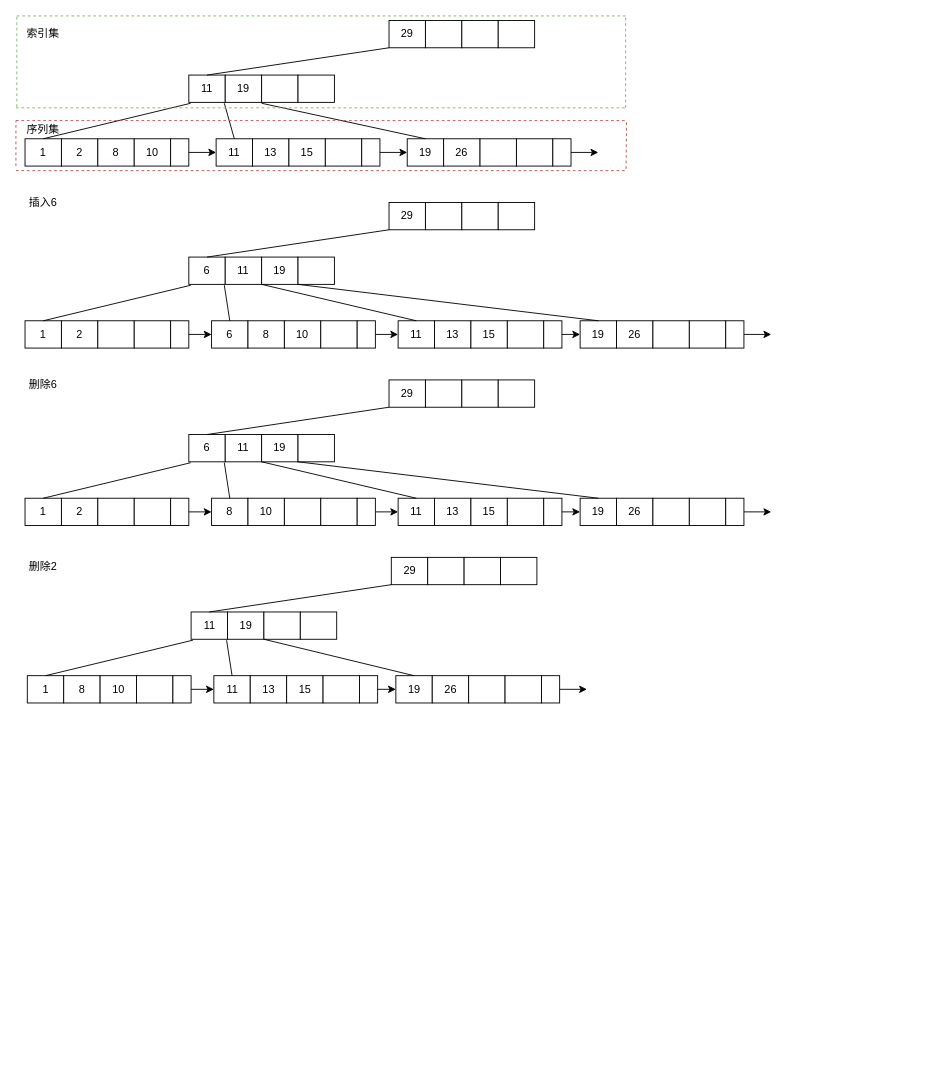
Earlier version of the draw.io diagram 2020.drawio (swduan/88888888). Source tidied: cells renumbered, new cells numbered last; positions are measured from the earlier drawing's top-left corner, leaving out a move shared by most shapes. Both pictures are drawn from the tidied source at 91%, with x=0, y=0 at pixel (15, 15).
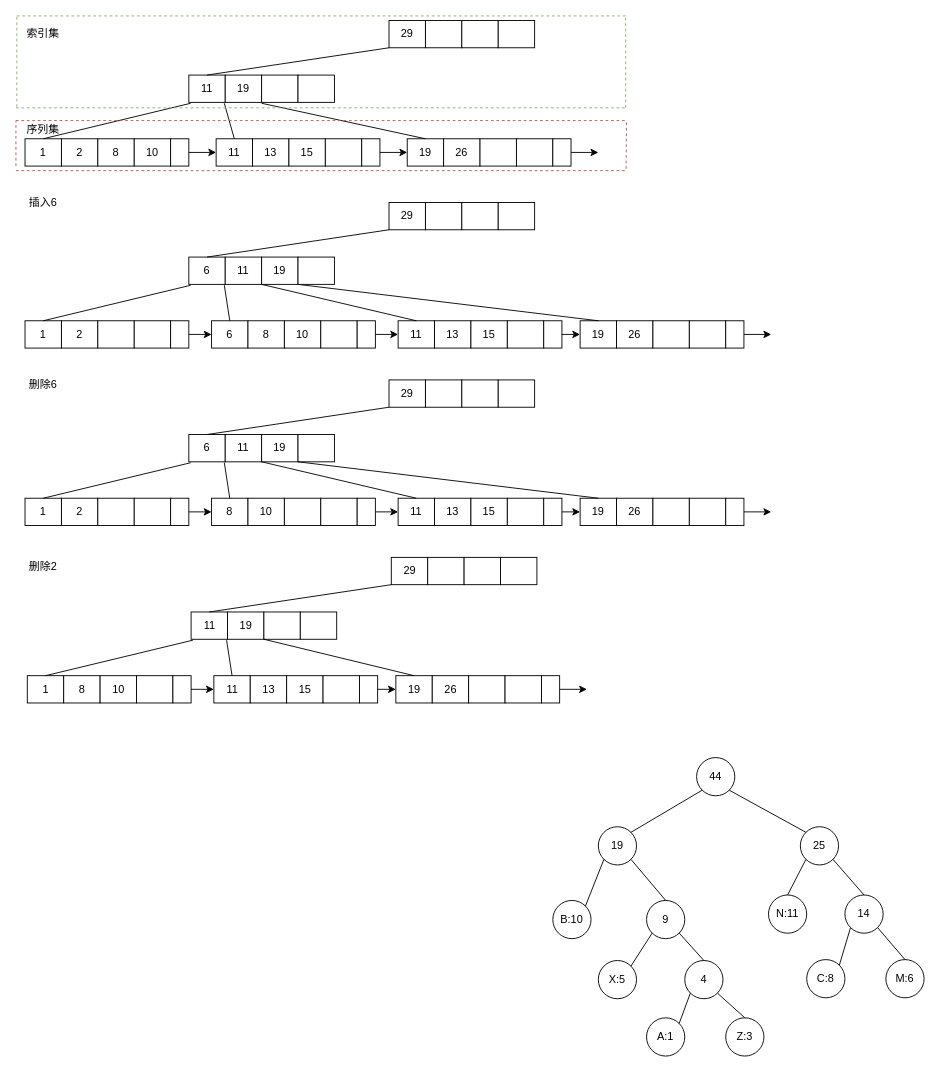
Above is the later version.

Change to the diagram source:
```diff
@@
+    <mxCell id="149" value="A:1" style="ellipse;whiteSpace=wrap;html=1;" parent="1" vertex="1">
+      <mxGeometry x="693" y="1101" width="42" height="42" as="geometry" />
+    </mxCell>
+    <mxCell id="150" value="C:8" style="ellipse;whiteSpace=wrap;html=1;" parent="1" vertex="1">
+      <mxGeometry x="869" y="1037" width="42" height="42" as="geometry" />
+    </mxCell>
+    <mxCell id="151" value="X:5" style="ellipse;whiteSpace=wrap;html=1;" parent="1" vertex="1">
+      <mxGeometry x="640" y="1038" width="42" height="42" as="geometry" />
+    </mxCell>
+    <mxCell id="152" value="M:6" style="ellipse;whiteSpace=wrap;html=1;" parent="1" vertex="1">
+      <mxGeometry x="956" y="1037" width="42" height="42" as="geometry" />
+    </mxCell>
+    <mxCell id="153" value="N:11" style="ellipse;whiteSpace=wrap;html=1;" parent="1" vertex="1">
+      <mxGeometry x="827" y="966" width="42" height="42" as="geometry" />
+    </mxCell>
+    <mxCell id="154" value="Z:3" style="ellipse;whiteSpace=wrap;html=1;" parent="1" vertex="1">
+      <mxGeometry x="780" y="1101" width="42" height="42" as="geometry" />
+    </mxCell>
+    <mxCell id="155" value="B:10" style="ellipse;whiteSpace=wrap;html=1;" parent="1" vertex="1">
+      <mxGeometry x="590" y="972" width="42" height="42" as="geometry" />
+    </mxCell>
+    <mxCell id="156" value="4" style="ellipse;whiteSpace=wrap;html=1;" parent="1" vertex="1">
+      <mxGeometry x="735" y="1038" width="42" height="42" as="geometry" />
+    </mxCell>
+    <mxCell id="157" value="9" style="ellipse;whiteSpace=wrap;html=1;" parent="1" vertex="1">
+      <mxGeometry x="693" y="972" width="42" height="42" as="geometry" />
+    </mxCell>
+    <mxCell id="158" value="14" style="ellipse;whiteSpace=wrap;html=1;" parent="1" vertex="1">
+      <mxGeometry x="911" y="966" width="42" height="42" as="geometry" />
+    </mxCell>
+    <mxCell id="159" value="19" style="ellipse;whiteSpace=wrap;html=1;" parent="1" vertex="1">
+      <mxGeometry x="640" y="891" width="42" height="42" as="geometry" />
+    </mxCell>
+    <mxCell id="160" value="25" style="ellipse;whiteSpace=wrap;html=1;" parent="1" vertex="1">
+      <mxGeometry x="862" y="891" width="42" height="42" as="geometry" />
+    </mxCell>
+    <mxCell id="161" value="44" style="ellipse;whiteSpace=wrap;html=1;" parent="1" vertex="1">
+      <mxGeometry x="748" y="815" width="42" height="42" as="geometry" />
+    </mxCell>
+    <mxCell id="162" style="endArrow=none;html=1;entryX=0;entryY=1;entryDx=0;entryDy=0;exitX=1;exitY=0;exitDx=0;exitDy=0;" parent="1" edge="1" source="159" target="161">
+      <mxGeometry relative="1" as="geometry" />
+    </mxCell>
+    <mxCell id="163" style="endArrow=none;html=1;entryX=1;entryY=1;entryDx=0;entryDy=0;exitX=0;exitY=0;exitDx=0;exitDy=0;" parent="1" edge="1" source="160" target="161">
+      <mxGeometry relative="1" as="geometry" />
+    </mxCell>
+    <mxCell id="164" style="endArrow=none;html=1;entryX=0;entryY=1;entryDx=0;entryDy=0;exitX=1;exitY=0;exitDx=0;exitDy=0;" parent="1" edge="1" source="155" target="159">
+      <mxGeometry relative="1" as="geometry" />
+    </mxCell>
+    <mxCell id="165" style="endArrow=none;html=1;exitX=1;exitY=1;exitDx=0;exitDy=0;entryX=0.5;entryY=0;entryDx=0;entryDy=0;" parent="1" edge="1" source="159" target="157">
+      <mxGeometry relative="1" as="geometry" />
+    </mxCell>
+    <mxCell id="166" style="endArrow=none;html=1;entryX=0;entryY=1;entryDx=0;entryDy=0;exitX=1;exitY=0;exitDx=0;exitDy=0;" parent="1" edge="1" source="151" target="157">
+      <mxGeometry relative="1" as="geometry" />
+    </mxCell>
+    <mxCell id="167" style="endArrow=none;html=1;entryX=1;entryY=1;entryDx=0;entryDy=0;exitX=0.5;exitY=0;exitDx=0;exitDy=0;" parent="1" edge="1" source="156" target="157">
+      <mxGeometry relative="1" as="geometry" />
+    </mxCell>
+    <mxCell id="168" style="endArrow=none;html=1;entryX=0;entryY=1;entryDx=0;entryDy=0;exitX=1;exitY=0;exitDx=0;exitDy=0;" parent="1" edge="1" source="149" target="156">
+      <mxGeometry relative="1" as="geometry" />
+    </mxCell>
+    <mxCell id="169" style="endArrow=none;html=1;entryX=1;entryY=1;entryDx=0;entryDy=0;exitX=0.5;exitY=0;exitDx=0;exitDy=0;" parent="1" edge="1" source="154" target="156">
+      <mxGeometry relative="1" as="geometry" />
+    </mxCell>
+    <mxCell id="170" style="endArrow=none;html=1;entryX=0;entryY=1;entryDx=0;entryDy=0;exitX=1;exitY=0;exitDx=0;exitDy=0;" parent="1" edge="1" source="150" target="158">
+      <mxGeometry relative="1" as="geometry" />
+    </mxCell>
+    <mxCell id="171" style="endArrow=none;html=1;entryX=0;entryY=1;entryDx=0;entryDy=0;exitX=0.5;exitY=0;exitDx=0;exitDy=0;" parent="1" edge="1" source="153" target="160">
+      <mxGeometry relative="1" as="geometry" />
+    </mxCell>
+    <mxCell id="172" style="endArrow=none;html=1;entryX=1;entryY=1;entryDx=0;entryDy=0;exitX=0.5;exitY=0;exitDx=0;exitDy=0;" parent="1" edge="1" source="158" target="160">
+      <mxGeometry relative="1" as="geometry" />
+    </mxCell>
+    <mxCell id="173" style="endArrow=none;html=1;entryX=1;entryY=1;entryDx=0;entryDy=0;exitX=0.5;exitY=0;exitDx=0;exitDy=0;" parent="1" edge="1" source="152" target="158">
+      <mxGeometry relative="1" as="geometry" />
+    </mxCell>
```
